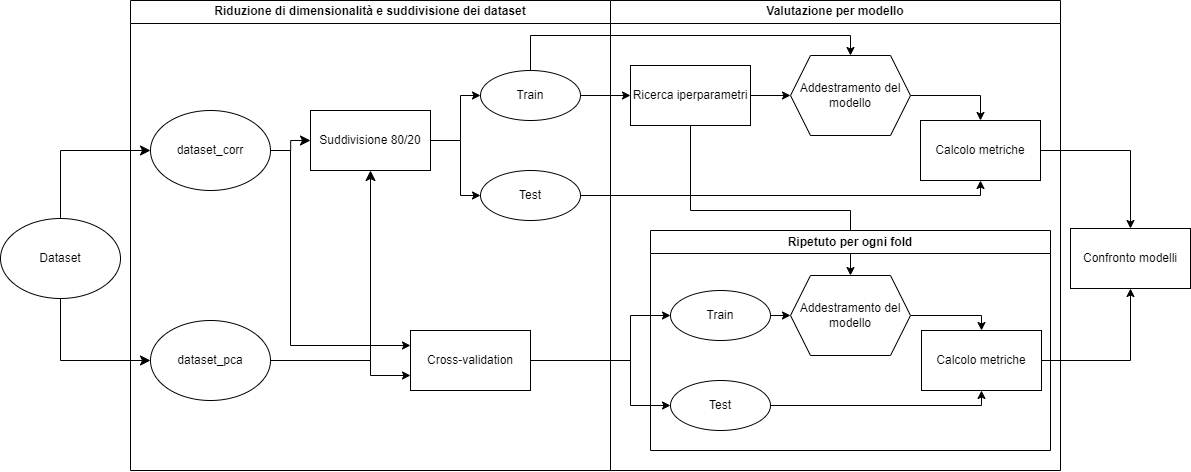
Earlier version of the draw.io export report/img/introduzione/schema_pipeline_valutazione_modelli.png (Tezze2001/brain-tumor-analysis). Source tidied: cells renumbered, new cells last; positions are measured from the earlier drawing's top-left corner, leaving out a move shared by most shapes. Its diagram source:
```xml
<mxGraphModel>
  <root>
    <mxCell id="0" />
    <mxCell id="1" parent="0" />
    <mxCell id="2" value="Riduzione di dimensionalità e suddivisione dei dataset" style="swimlane;whiteSpace=wrap;html=1;" parent="1" vertex="1">
      <mxGeometry x="130" width="480" height="470" as="geometry" />
    </mxCell>
    <mxCell id="3" value="dataset_pca" style="ellipse;whiteSpace=wrap;html=1;" parent="2" vertex="1">
      <mxGeometry x="20" y="320" width="120" height="80" as="geometry" />
    </mxCell>
    <mxCell id="4" value="dataset_corr" style="ellipse;whiteSpace=wrap;html=1;" parent="2" vertex="1">
      <mxGeometry x="20" y="110" width="120" height="80" as="geometry" />
    </mxCell>
    <mxCell id="5" value="Suddivisione 80/20" style="rounded=0;whiteSpace=wrap;html=1;" parent="2" vertex="1">
      <mxGeometry x="180" y="110" width="120" height="60" as="geometry" />
    </mxCell>
    <mxCell id="6" style="edgeStyle=elbowEdgeStyle;elbow=horizontal;endArrow=classic;html=1;curved=0;rounded=0;endSize=8;startSize=8;exitX=1;exitY=0.5;exitDx=0;exitDy=0;entryX=0;entryY=0.5;entryDx=0;entryDy=0;" parent="2" edge="1" source="4" target="5">
      <mxGeometry relative="1" as="geometry" />
    </mxCell>
    <mxCell id="7" style="edgeStyle=elbowEdgeStyle;elbow=horizontal;endArrow=classic;html=1;curved=0;rounded=0;endSize=8;startSize=8;exitX=1;exitY=0.5;exitDx=0;exitDy=0;entryX=0.5;entryY=1;entryDx=0;entryDy=0;" parent="2" edge="1" source="3" target="5">
      <mxGeometry relative="1" as="geometry">
        <Array as="points">
          <mxPoint x="240" y="270" />
          <mxPoint x="254" y="270" />
          <mxPoint x="270" y="260" />
          <mxPoint x="240" y="170" />
        </Array>
      </mxGeometry>
    </mxCell>
    <mxCell id="8" value="Cross-validation" style="rounded=0;whiteSpace=wrap;html=1;" parent="2" vertex="1">
      <mxGeometry x="280" y="330" width="120" height="60" as="geometry" />
    </mxCell>
    <mxCell id="9" style="edgeStyle=orthogonalEdgeStyle;rounded=0;jettySize=auto;html=1;exitX=1;exitY=0.5;exitDx=0;exitDy=0;entryX=0;entryY=0.75;entryDx=0;entryDy=0;" parent="2" edge="1" source="3" target="8">
      <mxGeometry relative="1" as="geometry">
        <Array as="points">
          <mxPoint x="240" y="360" />
          <mxPoint x="240" y="375" />
        </Array>
      </mxGeometry>
    </mxCell>
    <mxCell id="10" style="edgeStyle=orthogonalEdgeStyle;rounded=0;jettySize=auto;html=1;exitX=1;exitY=0.5;exitDx=0;exitDy=0;entryX=0;entryY=0.25;entryDx=0;entryDy=0;" parent="2" edge="1" source="4" target="8">
      <mxGeometry relative="1" as="geometry">
        <Array as="points">
          <mxPoint x="160" y="150" />
          <mxPoint x="160" y="345" />
        </Array>
      </mxGeometry>
    </mxCell>
    <mxCell id="11" value="Train" style="ellipse;whiteSpace=wrap;html=1;" parent="2" vertex="1">
      <mxGeometry x="350" y="70" width="100" height="50" as="geometry" />
    </mxCell>
    <mxCell id="12" style="edgeStyle=orthogonalEdgeStyle;rounded=0;jettySize=auto;html=1;exitX=1;exitY=0.5;exitDx=0;exitDy=0;entryX=0;entryY=0.5;entryDx=0;entryDy=0;" parent="2" edge="1" source="5" target="11">
      <mxGeometry relative="1" as="geometry">
        <Array as="points">
          <mxPoint x="330" y="140" />
          <mxPoint x="330" y="95" />
        </Array>
      </mxGeometry>
    </mxCell>
    <mxCell id="13" value="Test" style="ellipse;whiteSpace=wrap;html=1;" parent="2" vertex="1">
      <mxGeometry x="350" y="170" width="100" height="50" as="geometry" />
    </mxCell>
    <mxCell id="14" style="edgeStyle=orthogonalEdgeStyle;rounded=0;jettySize=auto;html=1;exitX=1;exitY=0.5;exitDx=0;exitDy=0;entryX=0;entryY=0.5;entryDx=0;entryDy=0;" parent="2" edge="1" source="5" target="13">
      <mxGeometry relative="1" as="geometry">
        <Array as="points">
          <mxPoint x="330" y="140" />
          <mxPoint x="330" y="195" />
        </Array>
      </mxGeometry>
    </mxCell>
    <mxCell id="15" value="Valutazione per modello" style="swimlane;whiteSpace=wrap;html=1;" parent="1" vertex="1">
      <mxGeometry x="610" width="450" height="470" as="geometry" />
    </mxCell>
    <mxCell id="16" style="edgeStyle=orthogonalEdgeStyle;rounded=0;jettySize=auto;html=1;exitX=1;exitY=0.5;exitDx=0;exitDy=0;entryX=0;entryY=0.5;entryDx=0;entryDy=0;" parent="15" edge="1" source="18" target="20">
      <mxGeometry relative="1" as="geometry" />
    </mxCell>
    <mxCell id="17" style="edgeStyle=orthogonalEdgeStyle;rounded=0;jettySize=auto;html=1;exitX=0.5;exitY=1;exitDx=0;exitDy=0;entryX=0.5;entryY=0;entryDx=0;entryDy=0;" parent="15" edge="1" source="18" target="25">
      <mxGeometry relative="1" as="geometry">
        <Array as="points">
          <mxPoint x="80" y="210" />
          <mxPoint x="240" y="210" />
        </Array>
      </mxGeometry>
    </mxCell>
    <mxCell id="18" value="Ricerca iperparametri" style="rounded=0;whiteSpace=wrap;html=1;" parent="15" vertex="1">
      <mxGeometry x="20" y="65" width="120" height="60" as="geometry" />
    </mxCell>
    <mxCell id="19" style="edgeStyle=orthogonalEdgeStyle;rounded=0;jettySize=auto;html=1;exitX=1;exitY=0.5;exitDx=0;exitDy=0;entryX=0.5;entryY=0;entryDx=0;entryDy=0;" parent="15" edge="1" source="20" target="21">
      <mxGeometry relative="1" as="geometry" />
    </mxCell>
    <mxCell id="20" value="Addestramento del modello" style="shape=hexagon;perimeter=hexagonPerimeter2;whiteSpace=wrap;html=1;fixedSize=1;" parent="15" vertex="1">
      <mxGeometry x="180" y="55" width="120" height="80" as="geometry" />
    </mxCell>
    <mxCell id="21" value="Calcolo metriche" style="rounded=0;whiteSpace=wrap;html=1;" parent="15" vertex="1">
      <mxGeometry x="310" y="120" width="120" height="60" as="geometry" />
    </mxCell>
    <mxCell id="22" value="Ripetuto per ogni fold" style="swimlane;whiteSpace=wrap;html=1;" parent="15" vertex="1">
      <mxGeometry x="40" y="230" width="400" height="220" as="geometry" />
    </mxCell>
    <mxCell id="23" value="Calcolo metriche" style="rounded=0;whiteSpace=wrap;html=1;" parent="22" vertex="1">
      <mxGeometry x="271" y="100" width="120" height="60" as="geometry" />
    </mxCell>
    <mxCell id="24" style="edgeStyle=orthogonalEdgeStyle;rounded=0;jettySize=auto;html=1;exitX=1;exitY=0.5;exitDx=0;exitDy=0;entryX=0.5;entryY=0;entryDx=0;entryDy=0;" parent="22" edge="1" source="25" target="23">
      <mxGeometry relative="1" as="geometry">
        <Array as="points">
          <mxPoint x="331" y="85" />
        </Array>
      </mxGeometry>
    </mxCell>
    <mxCell id="25" value="Addestramento del modello" style="shape=hexagon;perimeter=hexagonPerimeter2;whiteSpace=wrap;html=1;fixedSize=1;" parent="22" vertex="1">
      <mxGeometry x="140" y="45" width="120" height="80" as="geometry" />
    </mxCell>
    <mxCell id="26" value="Train" style="ellipse;whiteSpace=wrap;html=1;" parent="22" vertex="1">
      <mxGeometry x="20" y="60" width="100" height="50" as="geometry" />
    </mxCell>
    <mxCell id="27" value="Test" style="ellipse;whiteSpace=wrap;html=1;" parent="22" vertex="1">
      <mxGeometry x="20" y="150" width="100" height="50" as="geometry" />
    </mxCell>
    <mxCell id="28" style="edgeStyle=orthogonalEdgeStyle;rounded=0;jettySize=auto;html=1;exitX=1;exitY=0.5;exitDx=0;exitDy=0;entryX=0;entryY=0.5;entryDx=0;entryDy=0;" parent="22" edge="1" source="26" target="25">
      <mxGeometry relative="1" as="geometry" />
    </mxCell>
    <mxCell id="29" style="edgeStyle=orthogonalEdgeStyle;rounded=0;jettySize=auto;html=1;exitX=1;exitY=0.5;exitDx=0;exitDy=0;entryX=0.5;entryY=1;entryDx=0;entryDy=0;" parent="22" edge="1" source="27" target="23">
      <mxGeometry relative="1" as="geometry">
        <Array as="points">
          <mxPoint x="331" y="175" />
        </Array>
      </mxGeometry>
    </mxCell>
    <mxCell id="30" value="Confronto modelli" style="rounded=0;whiteSpace=wrap;html=1;" parent="1" vertex="1">
      <mxGeometry x="1070" y="228" width="120" height="60" as="geometry" />
    </mxCell>
    <mxCell id="31" style="edgeStyle=orthogonalEdgeStyle;rounded=0;jettySize=auto;html=1;exitX=1;exitY=0.5;exitDx=0;exitDy=0;entryX=0.5;entryY=0;entryDx=0;entryDy=0;" parent="1" edge="1" source="21" target="30">
      <mxGeometry relative="1" as="geometry" />
    </mxCell>
    <mxCell id="32" style="edgeStyle=orthogonalEdgeStyle;rounded=0;jettySize=auto;html=1;exitX=1;exitY=0.5;exitDx=0;exitDy=0;entryX=0.5;entryY=1;entryDx=0;entryDy=0;" parent="1" edge="1" source="23" target="30">
      <mxGeometry relative="1" as="geometry" />
    </mxCell>
    <mxCell id="33" value="Dataset" style="ellipse;whiteSpace=wrap;html=1;" parent="1" vertex="1">
      <mxGeometry y="218" width="120" height="80" as="geometry" />
    </mxCell>
    <mxCell id="34" style="edgeStyle=elbowEdgeStyle;elbow=horizontal;endArrow=classic;html=1;curved=0;rounded=0;endSize=8;startSize=8;exitX=0.5;exitY=1;exitDx=0;exitDy=0;entryX=0;entryY=0.5;entryDx=0;entryDy=0;" parent="1" edge="1" source="33" target="3">
      <mxGeometry relative="1" as="geometry">
        <Array as="points">
          <mxPoint x="60" y="320" />
        </Array>
      </mxGeometry>
    </mxCell>
    <mxCell id="35" style="edgeStyle=elbowEdgeStyle;elbow=horizontal;endArrow=classic;html=1;curved=0;rounded=0;endSize=8;startSize=8;exitX=0.5;exitY=0;exitDx=0;exitDy=0;entryX=0;entryY=0.5;entryDx=0;entryDy=0;" parent="1" edge="1" source="33" target="4">
      <mxGeometry relative="1" as="geometry">
        <Array as="points">
          <mxPoint x="60" y="170" />
          <mxPoint x="40" y="170" />
        </Array>
      </mxGeometry>
    </mxCell>
    <mxCell id="36" style="edgeStyle=orthogonalEdgeStyle;rounded=0;jettySize=auto;html=1;exitX=1;exitY=0.5;exitDx=0;exitDy=0;entryX=0;entryY=0.5;entryDx=0;entryDy=0;" parent="1" edge="1" source="8" target="27">
      <mxGeometry relative="1" as="geometry">
        <Array as="points">
          <mxPoint x="630" y="360" />
          <mxPoint x="630" y="405" />
        </Array>
      </mxGeometry>
    </mxCell>
    <mxCell id="37" style="edgeStyle=orthogonalEdgeStyle;rounded=0;jettySize=auto;html=1;exitX=1;exitY=0.5;exitDx=0;exitDy=0;entryX=0;entryY=0.5;entryDx=0;entryDy=0;" parent="1" edge="1" source="8" target="26">
      <mxGeometry relative="1" as="geometry">
        <Array as="points">
          <mxPoint x="630" y="360" />
          <mxPoint x="630" y="315" />
        </Array>
      </mxGeometry>
    </mxCell>
    <mxCell id="38" style="edgeStyle=orthogonalEdgeStyle;rounded=0;jettySize=auto;html=1;exitX=0.5;exitY=0;exitDx=0;exitDy=0;entryX=0.5;entryY=0;entryDx=0;entryDy=0;" parent="1" edge="1" source="11" target="20">
      <mxGeometry relative="1" as="geometry" />
    </mxCell>
    <mxCell id="39" style="edgeStyle=orthogonalEdgeStyle;rounded=0;jettySize=auto;html=1;exitX=1;exitY=0.5;exitDx=0;exitDy=0;entryX=0;entryY=0.5;entryDx=0;entryDy=0;" parent="1" edge="1" source="11" target="18">
      <mxGeometry relative="1" as="geometry" />
    </mxCell>
    <mxCell id="40" style="edgeStyle=orthogonalEdgeStyle;rounded=0;jettySize=auto;html=1;exitX=1;exitY=0.5;exitDx=0;exitDy=0;entryX=0.5;entryY=1;entryDx=0;entryDy=0;" parent="1" edge="1" source="13" target="21">
      <mxGeometry relative="1" as="geometry">
        <Array as="points">
          <mxPoint x="980" y="195" />
        </Array>
      </mxGeometry>
    </mxCell>
  </root>
</mxGraphModel>
```
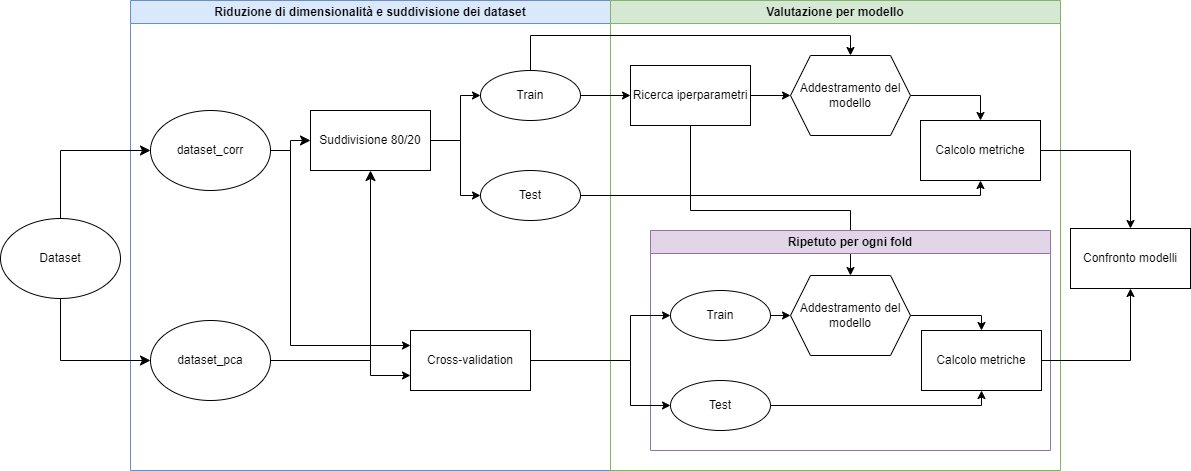
The same file after the commit.

The edit, as a diff of the source:
```diff
@@ -2,7 +2,7 @@
   <root>
     <mxCell id="0" />
     <mxCell id="1" parent="0" />
-    <mxCell id="2" value="Riduzione di dimensionalità e suddivisione dei dataset" style="swimlane;whiteSpace=wrap;html=1;" parent="1" vertex="1">
+    <mxCell id="2" value="Riduzione di dimensionalità e suddivisione dei dataset" style="swimlane;whiteSpace=wrap;html=1;fillColor=#dae8fc;strokeColor=#6c8ebf;" parent="1" vertex="1">
       <mxGeometry x="130" width="480" height="470" as="geometry" />
     </mxCell>
     <mxCell id="3" value="dataset_pca" style="ellipse;whiteSpace=wrap;html=1;" parent="2" vertex="1">
@@ -68,7 +68,7 @@
         </Array>
       </mxGeometry>
     </mxCell>
-    <mxCell id="15" value="Valutazione per modello" style="swimlane;whiteSpace=wrap;html=1;" parent="1" vertex="1">
+    <mxCell id="15" value="Valutazione per modello" style="swimlane;whiteSpace=wrap;html=1;fillColor=#d5e8d4;strokeColor=#82b366;" parent="1" vertex="1">
       <mxGeometry x="610" width="450" height="470" as="geometry" />
     </mxCell>
     <mxCell id="16" style="edgeStyle=orthogonalEdgeStyle;rounded=0;jettySize=auto;html=1;exitX=1;exitY=0.5;exitDx=0;exitDy=0;entryX=0;entryY=0.5;entryDx=0;entryDy=0;" parent="15" edge="1" source="18" target="20">
@@ -94,7 +94,7 @@
     <mxCell id="21" value="Calcolo metriche" style="rounded=0;whiteSpace=wrap;html=1;" parent="15" vertex="1">
       <mxGeometry x="310" y="120" width="120" height="60" as="geometry" />
     </mxCell>
-    <mxCell id="22" value="Ripetuto per ogni fold" style="swimlane;whiteSpace=wrap;html=1;" parent="15" vertex="1">
+    <mxCell id="22" value="Ripetuto per ogni fold" style="swimlane;whiteSpace=wrap;html=1;fillColor=#e1d5e7;strokeColor=#9673a6;" parent="15" vertex="1">
       <mxGeometry x="40" y="230" width="400" height="220" as="geometry" />
     </mxCell>
     <mxCell id="23" value="Calcolo metriche" style="rounded=0;whiteSpace=wrap;html=1;" parent="22" vertex="1">
```
